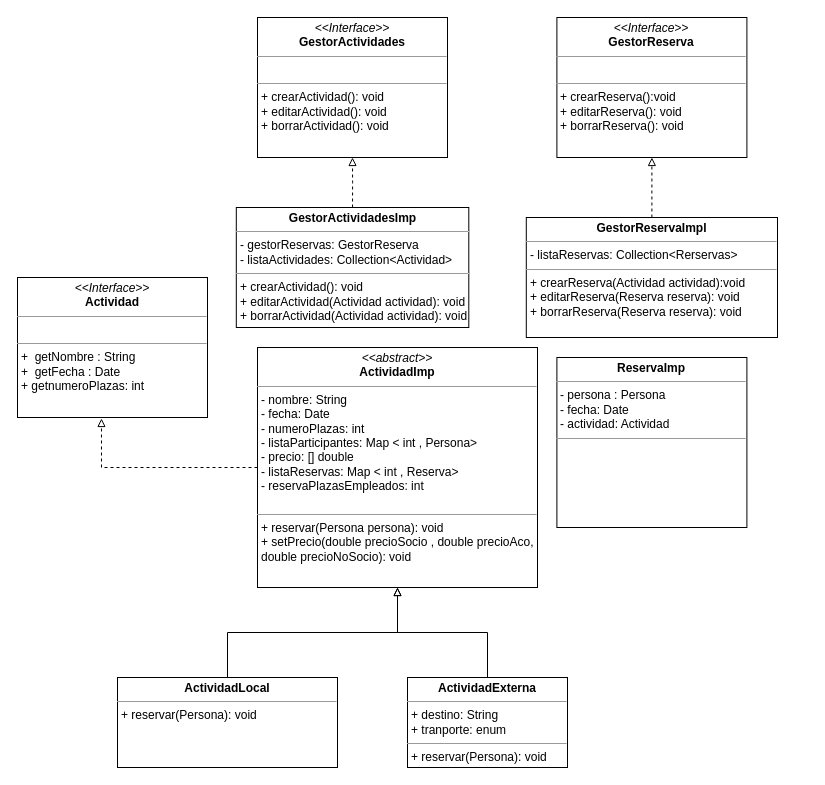
Before: Diagramas/ALUMA modelo Domino.drawio in Rechus/Aluma-Back, a draw.io diagram. Source tidied: cells renumbered, new cells numbered last; positions are measured from the earlier drawing's top-left corner, leaving out a move shared by most shapes. Both pictures are drawn from the tidied source at 100%, with x=0, y=0 at pixel (17, 17).
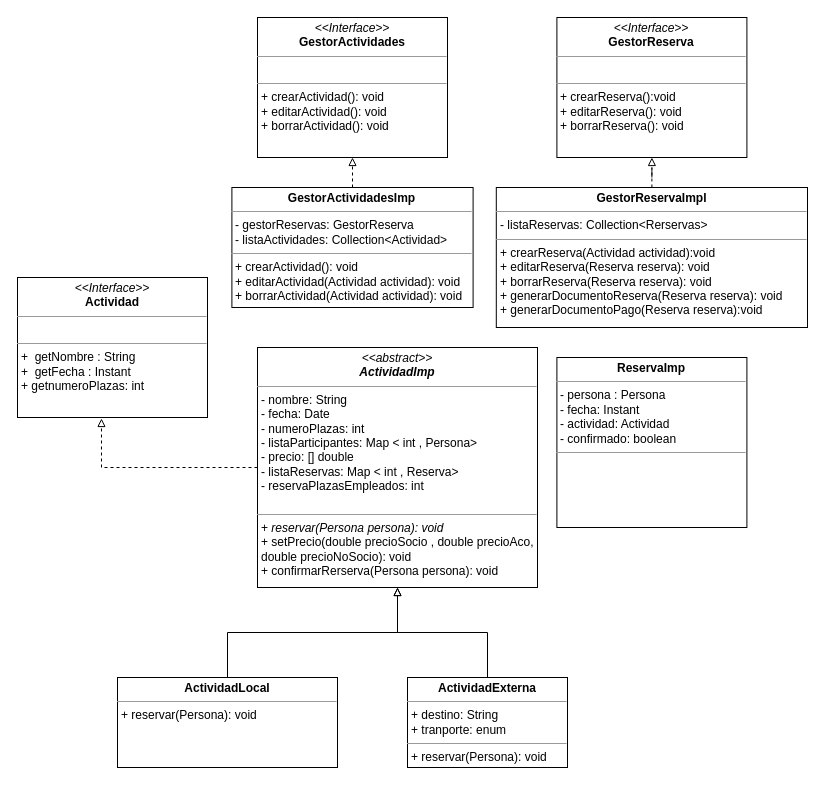
The same page after the edit.

Commit message (it also covers changes not shown here):
implementadas clases: ActividadImp y ActividadLocal

What changed in the source:
```diff
@@
 <mxGraphModel>
   <root>
     <mxCell id="0" />
     <mxCell id="1" parent="0" />
     <mxCell id="2" value="&lt;p style=&quot;margin: 0px ; margin-top: 4px ; text-align: center&quot;&gt;&lt;i&gt;&amp;lt;&amp;lt;Interface&amp;gt;&amp;gt;&lt;/i&gt;&lt;br&gt;&lt;b&gt;GestorActividades&lt;/b&gt;&lt;/p&gt;&lt;hr size=&quot;1&quot;&gt;&lt;p style=&quot;margin: 0px ; margin-left: 4px&quot;&gt;&lt;br&gt;&lt;/p&gt;&lt;hr size=&quot;1&quot;&gt;&lt;p style=&quot;margin: 0px ; margin-left: 4px&quot;&gt;+ crearActividad(): void&lt;/p&gt;&lt;p style=&quot;margin: 0px ; margin-left: 4px&quot;&gt;+ editarActividad(): void&lt;/p&gt;&lt;p style=&quot;margin: 0px ; margin-left: 4px&quot;&gt;+ borrarActividad(): void&lt;br&gt;&lt;/p&gt;" style="verticalAlign=top;align=left;overflow=fill;fontSize=12;fontFamily=Helvetica;html=1;" parent="1" vertex="1">
       <mxGeometry x="240" width="190" height="140" as="geometry" />
     </mxCell>
     <mxCell id="3" style="edgeStyle=orthogonalEdgeStyle;rounded=0;jettySize=auto;html=1;exitX=0.5;exitY=0;exitDx=0;exitDy=0;entryX=0.5;entryY=1;entryDx=0;entryDy=0;dashed=1;endArrow=block;endFill=0;" parent="1" edge="1" source="4" target="2">
       <mxGeometry relative="1" as="geometry" />
     </mxCell>
     <mxCell id="4" value="&lt;p style=&quot;margin: 0px ; margin-top: 4px ; text-align: center&quot;&gt;&lt;b&gt;GestorActividadesImp&lt;/b&gt;&lt;/p&gt;&lt;hr size=&quot;1&quot;&gt;&lt;p style=&quot;margin: 0px ; margin-left: 4px&quot;&gt;- gestorReservas: GestorReserva&lt;/p&gt;&lt;p style=&quot;margin: 0px ; margin-left: 4px&quot;&gt;- listaActividades: Collection&amp;lt;Actividad&amp;gt;&lt;/p&gt;&lt;hr size=&quot;1&quot;&gt;&lt;p style=&quot;margin: 0px 0px 0px 4px&quot;&gt;+ crearActividad(): void&lt;/p&gt;&lt;p style=&quot;margin: 0px 0px 0px 4px&quot;&gt;+ editarActividad(Actividad actividad): void&lt;/p&gt;&lt;p style=&quot;margin: 0px 0px 0px 4px&quot;&gt;+ borrarActividad(Actividad actividad): void&lt;/p&gt;" style="verticalAlign=top;align=left;overflow=fill;fontSize=12;fontFamily=Helvetica;html=1;" parent="1" vertex="1">
-      <mxGeometry x="218.8" y="190" width="232.5" height="120" as="geometry" />
+      <mxGeometry x="214.4" y="170" width="241.2" height="120" as="geometry" />
     </mxCell>
     <mxCell id="5" style="edgeStyle=orthogonalEdgeStyle;rounded=0;jettySize=auto;html=1;dashed=1;endArrow=block;endFill=0;entryX=0.442;entryY=1.007;entryDx=0;entryDy=0;entryPerimeter=0;" parent="1" edge="1" source="6" target="14">
       <mxGeometry relative="1" as="geometry" />
     </mxCell>
-    <mxCell id="6" value="&lt;p style=&quot;margin: 0px ; margin-top: 4px ; text-align: center&quot;&gt;&lt;i&gt;&amp;lt;&amp;lt;abstract&amp;gt;&amp;gt;&lt;/i&gt;&lt;br&gt;&lt;b&gt;ActividadImp&lt;/b&gt;&lt;/p&gt;&lt;hr size=&quot;1&quot;&gt;&lt;p style=&quot;margin: 0px ; margin-left: 4px&quot;&gt;- nombre: String&lt;br&gt;- fecha: Date&lt;/p&gt;&lt;p style=&quot;margin: 0px ; margin-left: 4px&quot;&gt;- numeroPlazas: int&lt;/p&gt;&lt;p style=&quot;margin: 0px ; margin-left: 4px&quot;&gt;- listaParticipantes: Map &amp;lt; int , Persona&amp;gt;&lt;br&gt;&lt;/p&gt;&lt;p style=&quot;margin: 0px ; margin-left: 4px&quot;&gt;- precio: [] double&lt;/p&gt;&lt;p style=&quot;margin: 0px ; margin-left: 4px&quot;&gt;- listaReservas: Map &amp;lt; int , Reserva&amp;gt;&lt;/p&gt;&lt;p style=&quot;margin: 0px ; margin-left: 4px&quot;&gt;- reservaPlazasEmpleados: int&lt;/p&gt;&lt;p style=&quot;margin: 0px ; margin-left: 4px&quot;&gt;&lt;br&gt;&lt;/p&gt;&lt;hr size=&quot;1&quot;&gt;&lt;p style=&quot;margin: 0px ; margin-left: 4px&quot;&gt;+ reservar(Persona persona): void&lt;/p&gt;&lt;p style=&quot;margin: 0px ; margin-left: 4px&quot;&gt;+ setPrecio(double precioSocio , double precioAco,&lt;/p&gt;&lt;p style=&quot;margin: 0px ; margin-left: 4px&quot;&gt;double precioNoSocio): void&lt;/p&gt;&lt;p style=&quot;margin: 0px ; margin-left: 4px&quot;&gt;&lt;br&gt;&lt;/p&gt;&lt;p style=&quot;margin: 0px ; margin-left: 4px&quot;&gt;&lt;br&gt;&lt;/p&gt;" style="verticalAlign=top;align=left;overflow=fill;fontSize=12;fontFamily=Helvetica;html=1;" parent="1" vertex="1">
+    <mxCell id="6" value="&lt;p style=&quot;margin: 0px ; margin-top: 4px ; text-align: center&quot;&gt;&lt;i&gt;&amp;lt;&amp;lt;abstract&amp;gt;&amp;gt;&lt;/i&gt;&lt;br&gt;&lt;b&gt;&lt;i&gt;ActividadImp&lt;/i&gt;&lt;/b&gt;&lt;/p&gt;&lt;hr size=&quot;1&quot;&gt;&lt;p style=&quot;margin: 0px ; margin-left: 4px&quot;&gt;- nombre: String&lt;br&gt;- fecha: Date&lt;/p&gt;&lt;p style=&quot;margin: 0px ; margin-left: 4px&quot;&gt;- numeroPlazas: int&lt;/p&gt;&lt;p style=&quot;margin: 0px ; margin-left: 4px&quot;&gt;- listaParticipantes: Map &amp;lt; int , Persona&amp;gt;&lt;br&gt;&lt;/p&gt;&lt;p style=&quot;margin: 0px ; margin-left: 4px&quot;&gt;- precio: [] double&lt;/p&gt;&lt;p style=&quot;margin: 0px ; margin-left: 4px&quot;&gt;- listaReservas: Map &amp;lt; int , Reserva&amp;gt;&lt;/p&gt;&lt;p style=&quot;margin: 0px ; margin-left: 4px&quot;&gt;- reservaPlazasEmpleados: int&lt;/p&gt;&lt;p style=&quot;margin: 0px ; margin-left: 4px&quot;&gt;&lt;br&gt;&lt;/p&gt;&lt;hr size=&quot;1&quot;&gt;&lt;p style=&quot;margin: 0px ; margin-left: 4px&quot;&gt;+ &lt;i&gt;reservar(Persona persona): void&lt;/i&gt;&lt;/p&gt;&lt;p style=&quot;margin: 0px ; margin-left: 4px&quot;&gt;+ setPrecio(double precioSocio , double precioAco,&lt;/p&gt;&lt;p style=&quot;margin: 0px ; margin-left: 4px&quot;&gt;double precioNoSocio): void&lt;/p&gt;&lt;p style=&quot;margin: 0px ; margin-left: 4px&quot;&gt;+ confirmarRerserva(Persona persona): void&lt;/p&gt;&lt;p style=&quot;margin: 0px ; margin-left: 4px&quot;&gt;&lt;br&gt;&lt;/p&gt;&lt;p style=&quot;margin: 0px ; margin-left: 4px&quot;&gt;&lt;br&gt;&lt;/p&gt;" style="verticalAlign=top;align=left;overflow=fill;fontSize=12;fontFamily=Helvetica;html=1;" parent="1" vertex="1">
       <mxGeometry x="240" y="330" width="280" height="240" as="geometry" />
     </mxCell>
     <mxCell id="7" style="edgeStyle=orthogonalEdgeStyle;rounded=0;jettySize=auto;html=1;exitX=0.5;exitY=0;exitDx=0;exitDy=0;endArrow=block;endFill=0;" parent="1" edge="1" source="8" target="6">
       <mxGeometry relative="1" as="geometry" />
     </mxCell>
     <mxCell id="8" value="&lt;p style=&quot;margin: 0px ; margin-top: 4px ; text-align: center&quot;&gt;&lt;b&gt;ActividadLocal&lt;/b&gt;&lt;/p&gt;&lt;hr size=&quot;1&quot;&gt;&lt;p style=&quot;margin: 0px ; margin-left: 4px&quot;&gt;&lt;/p&gt;&lt;p style=&quot;margin: 0px ; margin-left: 4px&quot;&gt;+ reservar(Persona): void&lt;/p&gt;" style="verticalAlign=top;align=left;overflow=fill;fontSize=12;fontFamily=Helvetica;html=1;" parent="1" vertex="1">
       <mxGeometry x="100" y="660" width="220" height="90" as="geometry" />
     </mxCell>
     <mxCell id="9" style="edgeStyle=orthogonalEdgeStyle;rounded=0;jettySize=auto;html=1;exitX=0.5;exitY=0;exitDx=0;exitDy=0;entryX=0.5;entryY=1;entryDx=0;entryDy=0;endArrow=block;endFill=0;" parent="1" edge="1" source="10" target="6">
       <mxGeometry relative="1" as="geometry" />
     </mxCell>
     <mxCell id="10" value="&lt;p style=&quot;margin: 0px ; margin-top: 4px ; text-align: center&quot;&gt;&lt;b&gt;ActividadExterna&lt;/b&gt;&lt;/p&gt;&lt;hr size=&quot;1&quot;&gt;&lt;p style=&quot;margin: 0px ; margin-left: 4px&quot;&gt;&lt;span&gt;+ destino: String&lt;/span&gt;&lt;br&gt;&lt;/p&gt;&lt;p style=&quot;margin: 0px ; margin-left: 4px&quot;&gt;+ tranporte: enum&amp;nbsp;&lt;/p&gt;&lt;hr size=&quot;1&quot;&gt;&lt;p style=&quot;margin: 0px ; margin-left: 4px&quot;&gt;+ reservar(Persona): void&lt;/p&gt;" style="verticalAlign=top;align=left;overflow=fill;fontSize=12;fontFamily=Helvetica;html=1;" parent="1" vertex="1">
       <mxGeometry x="390" y="660" width="160" height="90" as="geometry" />
     </mxCell>
     <mxCell id="11" value="&lt;p style=&quot;margin: 0px ; margin-top: 4px ; text-align: center&quot;&gt;&lt;i&gt;&amp;lt;&amp;lt;Interface&amp;gt;&amp;gt;&lt;/i&gt;&lt;br&gt;&lt;b&gt;GestorReserva&lt;/b&gt;&lt;/p&gt;&lt;hr size=&quot;1&quot;&gt;&lt;p style=&quot;margin: 0px ; margin-left: 4px&quot;&gt;&lt;br&gt;&lt;/p&gt;&lt;hr size=&quot;1&quot;&gt;&lt;p style=&quot;margin: 0px ; margin-left: 4px&quot;&gt;+ crearReserva():void&lt;/p&gt;&lt;p style=&quot;margin: 0px ; margin-left: 4px&quot;&gt;+ editarReserva(): void&lt;/p&gt;&lt;p style=&quot;margin: 0px ; margin-left: 4px&quot;&gt;+ borrarReserva(): void&lt;br&gt;&lt;/p&gt;" style="verticalAlign=top;align=left;overflow=fill;fontSize=12;fontFamily=Helvetica;html=1;" parent="1" vertex="1">
       <mxGeometry x="539.4" width="190" height="140" as="geometry" />
     </mxCell>
     <mxCell id="12" style="edgeStyle=orthogonalEdgeStyle;rounded=0;jettySize=auto;html=1;endArrow=block;endFill=0;dashed=1;" parent="1" edge="1" source="13" target="11">
       <mxGeometry relative="1" as="geometry" />
     </mxCell>
-    <mxCell id="13" value="&lt;p style=&quot;margin: 0px ; margin-top: 4px ; text-align: center&quot;&gt;&lt;b&gt;GestorReservaImpl&lt;/b&gt;&lt;/p&gt;&lt;hr size=&quot;1&quot;&gt;&lt;p style=&quot;margin: 0px ; margin-left: 4px&quot;&gt;&lt;span&gt;- listaReservas: Collection&amp;lt;Rerservas&amp;gt;&lt;/span&gt;&lt;br&gt;&lt;/p&gt;&lt;hr size=&quot;1&quot;&gt;&lt;p style=&quot;margin: 0px 0px 0px 4px&quot;&gt;+ crearReserva(Actividad actividad):void&lt;/p&gt;&lt;p style=&quot;margin: 0px 0px 0px 4px&quot;&gt;+ editarReserva(Reserva reserva): void&lt;/p&gt;&lt;p style=&quot;margin: 0px 0px 0px 4px&quot;&gt;+ borrarReserva(Reserva reserva): void&lt;/p&gt;" style="verticalAlign=top;align=left;overflow=fill;fontSize=12;fontFamily=Helvetica;html=1;" parent="1" vertex="1">
-      <mxGeometry x="508.8" y="200" width="251.2" height="120" as="geometry" />
+    <mxCell id="13" value="&lt;p style=&quot;margin: 0px ; margin-top: 4px ; text-align: center&quot;&gt;&lt;b&gt;GestorReservaImpl&lt;/b&gt;&lt;/p&gt;&lt;hr size=&quot;1&quot;&gt;&lt;p style=&quot;margin: 0px ; margin-left: 4px&quot;&gt;&lt;span&gt;- listaReservas: Collection&amp;lt;Rerservas&amp;gt;&lt;/span&gt;&lt;br&gt;&lt;/p&gt;&lt;hr size=&quot;1&quot;&gt;&lt;p style=&quot;margin: 0px 0px 0px 4px&quot;&gt;+ crearReserva(Actividad actividad):void&lt;/p&gt;&lt;p style=&quot;margin: 0px 0px 0px 4px&quot;&gt;+ editarReserva(Reserva reserva): void&lt;/p&gt;&lt;p style=&quot;margin: 0px 0px 0px 4px&quot;&gt;+ borrarReserva(Reserva reserva): void&lt;/p&gt;&lt;p style=&quot;margin: 0px 0px 0px 4px&quot;&gt;+ generarDocumentoReserva(Reserva reserva): void&lt;/p&gt;&lt;p style=&quot;margin: 0px 0px 0px 4px&quot;&gt;+ generarDocumentoPago(Reserva reserva):void&lt;/p&gt;&lt;p style=&quot;margin: 0px 0px 0px 4px&quot;&gt;&lt;br&gt;&lt;/p&gt;" style="verticalAlign=top;align=left;overflow=fill;fontSize=12;fontFamily=Helvetica;html=1;" parent="1" vertex="1">
+      <mxGeometry x="478.8" y="170" width="311.2" height="140" as="geometry" />
     </mxCell>
-    <mxCell id="14" value="&lt;p style=&quot;margin: 0px ; margin-top: 4px ; text-align: center&quot;&gt;&lt;i&gt;&amp;lt;&amp;lt;Interface&amp;gt;&amp;gt;&lt;/i&gt;&lt;br&gt;&lt;b&gt;Actividad&lt;/b&gt;&lt;/p&gt;&lt;hr size=&quot;1&quot;&gt;&lt;p style=&quot;margin: 0px ; margin-left: 4px&quot;&gt;&lt;br&gt;&lt;/p&gt;&lt;hr size=&quot;1&quot;&gt;&lt;p style=&quot;margin: 0px ; margin-left: 4px&quot;&gt;+&amp;nbsp; getNombre : String&lt;br&gt;+&amp;nbsp; getFecha : Date&lt;/p&gt;&lt;p style=&quot;margin: 0px ; margin-left: 4px&quot;&gt;+ getnumeroPlazas: int&lt;/p&gt;" style="verticalAlign=top;align=left;overflow=fill;fontSize=12;fontFamily=Helvetica;html=1;" parent="1" vertex="1">
+    <mxCell id="14" value="&lt;p style=&quot;margin: 0px ; margin-top: 4px ; text-align: center&quot;&gt;&lt;i&gt;&amp;lt;&amp;lt;Interface&amp;gt;&amp;gt;&lt;/i&gt;&lt;br&gt;&lt;b&gt;Actividad&lt;/b&gt;&lt;/p&gt;&lt;hr size=&quot;1&quot;&gt;&lt;p style=&quot;margin: 0px ; margin-left: 4px&quot;&gt;&lt;br&gt;&lt;/p&gt;&lt;hr size=&quot;1&quot;&gt;&lt;p style=&quot;margin: 0px ; margin-left: 4px&quot;&gt;+&amp;nbsp; getNombre : String&lt;br&gt;+&amp;nbsp; getFecha : Instant&lt;/p&gt;&lt;p style=&quot;margin: 0px ; margin-left: 4px&quot;&gt;+ getnumeroPlazas: int&lt;/p&gt;" style="verticalAlign=top;align=left;overflow=fill;fontSize=12;fontFamily=Helvetica;html=1;" parent="1" vertex="1">
       <mxGeometry y="260" width="190" height="140" as="geometry" />
     </mxCell>
-    <mxCell id="15" value="&lt;p style=&quot;margin: 0px ; margin-top: 4px ; text-align: center&quot;&gt;&lt;b&gt;ReservaImp&lt;/b&gt;&lt;/p&gt;&lt;hr size=&quot;1&quot;&gt;&lt;p style=&quot;margin: 0px ; margin-left: 4px&quot;&gt;&lt;span&gt;- persona : Persona&amp;nbsp;&lt;/span&gt;&lt;br&gt;&lt;/p&gt;&lt;p style=&quot;margin: 0px ; margin-left: 4px&quot;&gt;- fecha: Date&lt;/p&gt;&lt;p style=&quot;margin: 0px ; margin-left: 4px&quot;&gt;- actividad: Actividad&lt;/p&gt;&lt;hr size=&quot;1&quot;&gt;&lt;p style=&quot;margin: 0px ; margin-left: 4px&quot;&gt;&lt;br&gt;&lt;br&gt;&lt;/p&gt;" style="verticalAlign=top;align=left;overflow=fill;fontSize=12;fontFamily=Helvetica;html=1;" parent="1" vertex="1">
+    <mxCell id="15" value="&lt;p style=&quot;margin: 0px ; margin-top: 4px ; text-align: center&quot;&gt;&lt;b&gt;ReservaImp&lt;/b&gt;&lt;/p&gt;&lt;hr size=&quot;1&quot;&gt;&lt;p style=&quot;margin: 0px ; margin-left: 4px&quot;&gt;&lt;span&gt;- persona : Persona&amp;nbsp;&lt;/span&gt;&lt;br&gt;&lt;/p&gt;&lt;p style=&quot;margin: 0px ; margin-left: 4px&quot;&gt;- fecha: Instant&lt;/p&gt;&lt;p style=&quot;margin: 0px ; margin-left: 4px&quot;&gt;- actividad: Actividad&lt;/p&gt;&lt;p style=&quot;margin: 0px ; margin-left: 4px&quot;&gt;- confirmado: boolean&lt;/p&gt;&lt;hr size=&quot;1&quot;&gt;&lt;p style=&quot;margin: 0px ; margin-left: 4px&quot;&gt;&lt;br&gt;&lt;br&gt;&lt;/p&gt;" style="verticalAlign=top;align=left;overflow=fill;fontSize=12;fontFamily=Helvetica;html=1;" parent="1" vertex="1">
       <mxGeometry x="539.4" y="340" width="190" height="170" as="geometry" />
     </mxCell>
   </root>
 </mxGraphModel>
```
